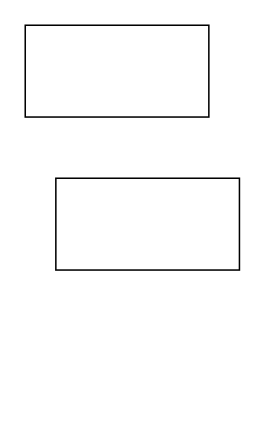
beeant0512/beeant0512.github.io keeps this draw.io diagram as 未命名绘图.drawio. Above is the earlier version. Source tidied: cells renumbered, new cells numbered last; positions are measured from the earlier drawing's top-left corner, leaving out a move shared by most shapes. Both pictures are drawn from the tidied source at 153%, with x=0, y=0 at pixel (24, 24).
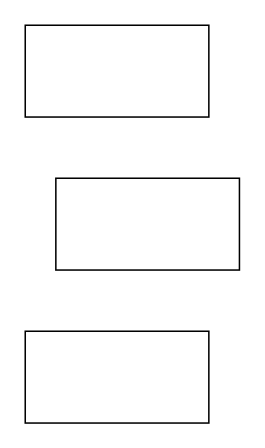
The same diagram, later.

Commit message (it also covers changes not shown here):
更新未命名绘图.drawio

Diff of the diagram source:
```diff
@@
 <mxGraphModel>
   <root>
     <mxCell id="0" />
     <mxCell id="1" parent="0" />
     <mxCell id="2" style="rounded=0;whiteSpace=wrap;html=1;" parent="1" vertex="1">
       <mxGeometry width="120" height="60" as="geometry" />
     </mxCell>
     <mxCell id="3" style="rounded=0;whiteSpace=wrap;html=1;" parent="1" vertex="1">
       <mxGeometry x="20" y="100" width="120" height="60" as="geometry" />
     </mxCell>
+    <mxCell id="4" style="rounded=0;whiteSpace=wrap;html=1;" parent="1" vertex="1">
+      <mxGeometry y="200" width="120" height="60" as="geometry" />
+    </mxCell>
   </root>
 </mxGraphModel>
```
